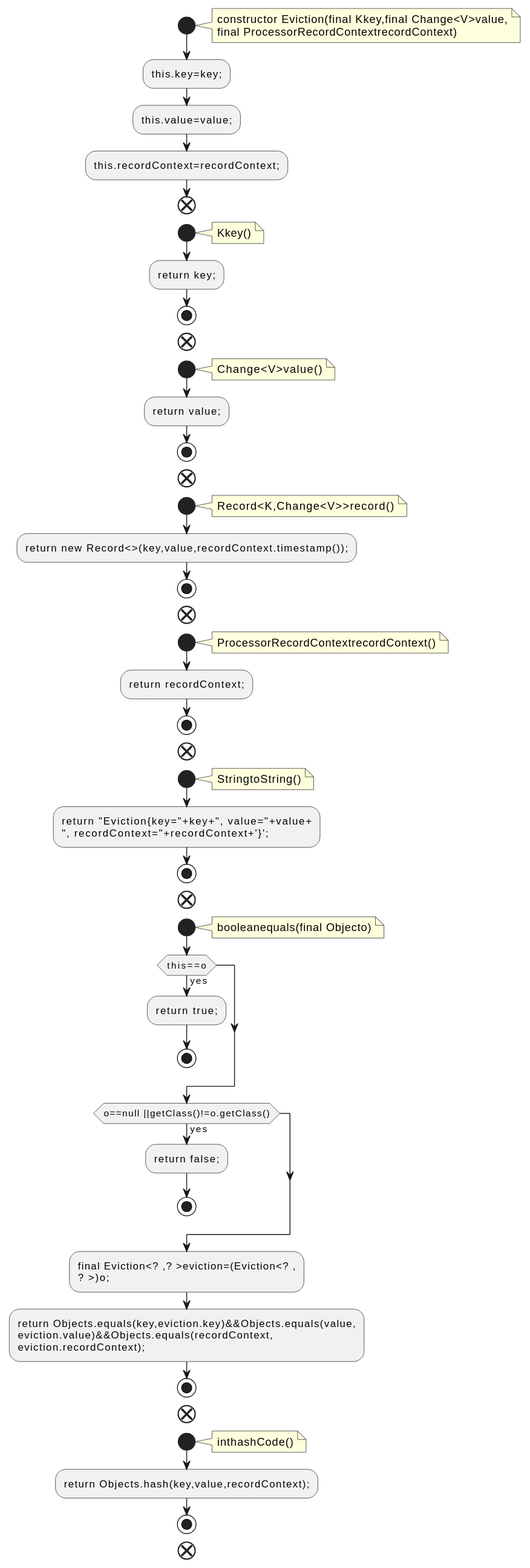
Earlier version of the PlantUML export docs/qc/streams/src/main/java/org/apache/kafka/streams/state/internals/TimeOrderedKeyValueBuffer.java.fct.svg (qualitesys/kafka).
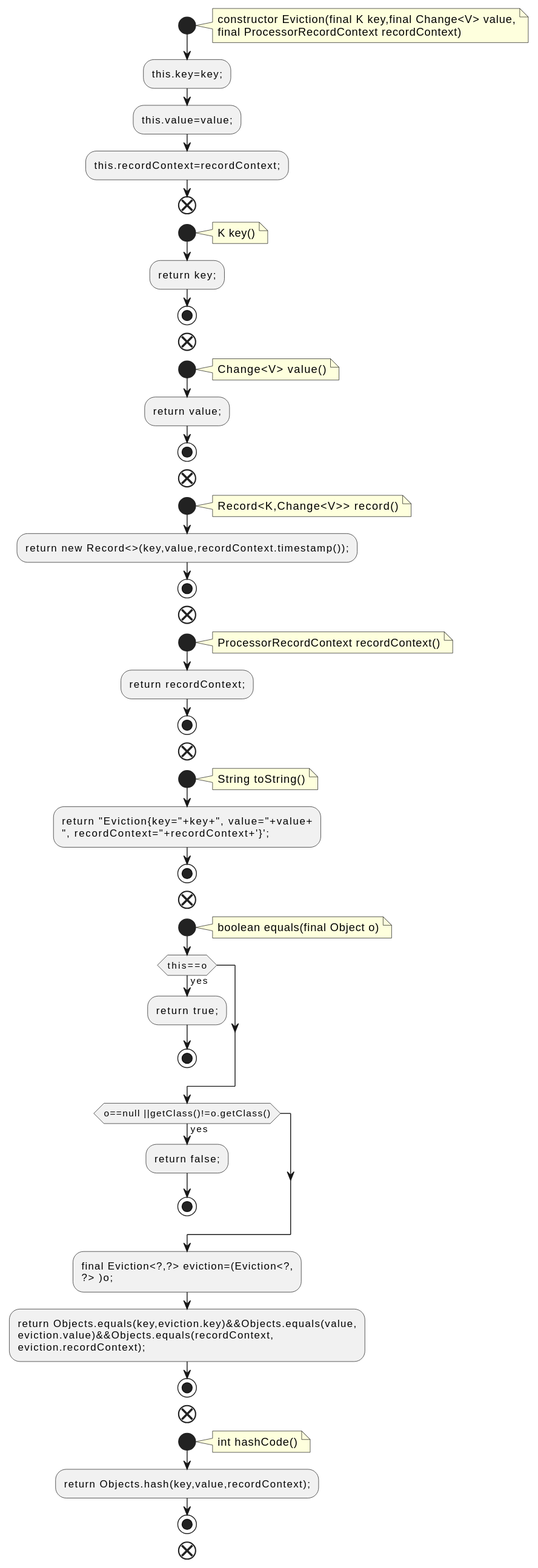
The same file after the commit.

Diff of the diagram source:
```diff
@@ -2,8 +2,8 @@
 !pragma layout smetana
 start
 note right
-constructor Eviction(final Kkey,final Change<V>value,
-final ProcessorRecordContextrecordContext)
+constructor Eviction(final K key,final Change<V> value,
+final ProcessorRecordContext recordContext)
 end note
 :this.key=key;;
 :this.value=value;;
@@ -11,35 +11,35 @@
 end
 start
 note right
-Kkey()
+K key()
 end note
 :return key;;
 stop
 end
 start
 note right
-Change<V>value()
+Change<V> value()
 end note
 :return value;;
 stop
 end
 start
 note right
-Record<K,Change<V>>record()
+Record<K,Change<V>> record()
 end note
 :return new Record<>(key,value,recordContext.timestamp());;
 stop
 end
 start
 note right
-ProcessorRecordContextrecordContext()
+ProcessorRecordContext recordContext()
 end note
 :return recordContext;;
 stop
 end
 start
 note right
-StringtoString()
+String toString()
 end note
 :return "Eviction{key="+key+", value="+value+
 ", recordContext="+recordContext+'}';;
@@ -47,7 +47,7 @@
 end
 start
 note right
-booleanequals(final Objecto)
+boolean equals(final Object o)
 end note
 if (this==o) then (yes)
 :return true;;
@@ -57,8 +57,8 @@
 :return false;;
 stop
 endif
-:final Eviction<? ,? >eviction=(Eviction<? ,
-? >)o;;
+:final Eviction<?,?> eviction=(Eviction<?,
+?> )o;;
 :return Objects.equals(key,eviction.key)&&Objects.equals(value,
 eviction.value)&&Objects.equals(recordContext,
 eviction.recordContext);;
@@ -66,7 +66,7 @@
 end
 start
 note right
-inthashCode()
+int hashCode()
 end note
 :return Objects.hash(key,value,recordContext);;
 stop
```
